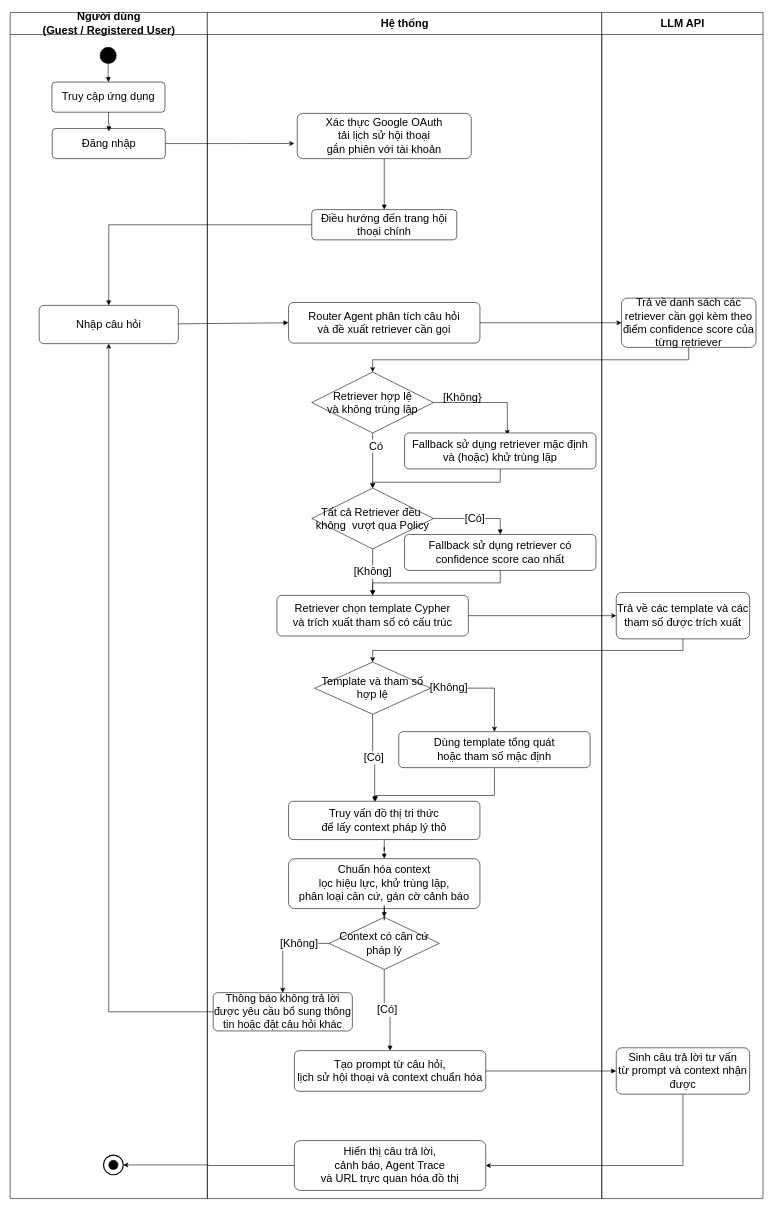
Before: ĐATN_20225919_Lê_Thái_Sơn_Chatbot_tư_vấn_luật_hôn_nhân_gia_đình/Hinhve/activity_business_process_qa.drawio in LyMuc/agentic-graphrag, a draw.io diagram. Source tidied: cells renumbered, new cells numbered last; positions are measured from the earlier drawing's top-left corner, leaving out a move shared by most shapes. Both pictures are drawn from the tidied source at 58%, with x=0, y=0 at pixel (10, 12).
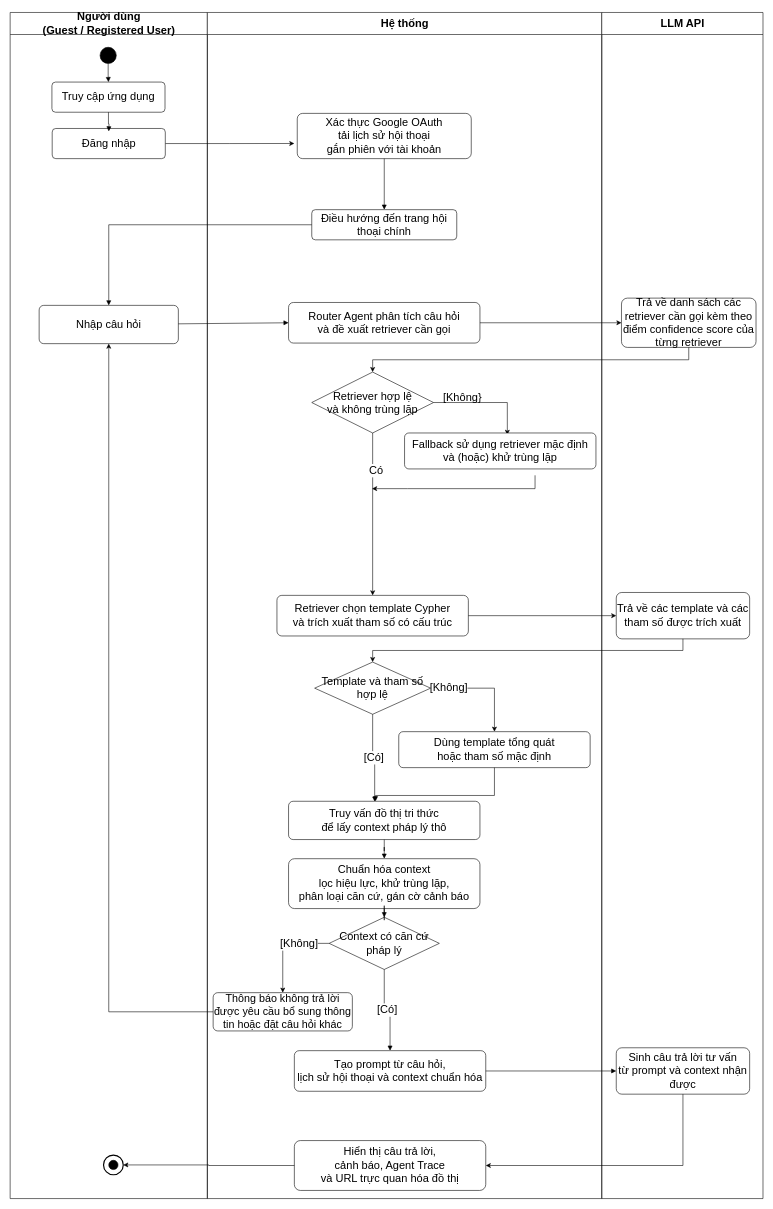
The same page after the edit.

The change refers to these unchanged cells:
```xml
<mxCell id="7" value="Hệ thống" style="swimlane;html=1;startSize=38;horizontal=1;fontStyle=1;rounded=0;fontSize=19;" parent="1" vertex="1">
  <mxGeometry x="340" width="680" height="2045" as="geometry" />
</mxCell>
<mxCell id="19" value="Retriever hợp lệ&lt;br&gt;và không trùng lặp" style="rhombus;whiteSpace=wrap;html=1;fontSize=19;" parent="7" vertex="1">
  <mxGeometry x="180" y="620" width="210" height="105" as="geometry" />
</mxCell>
<mxCell id="21" value="Fallback sử dụng retriever mặc định và (hoặc) khử trùng lặp" style="rounded=1;whiteSpace=wrap;html=1;arcSize=12;fontSize=19;" parent="7" vertex="1">
  <mxGeometry x="340" y="725" width="330" height="62" as="geometry" />
</mxCell>
<mxCell id="23" value="Retriever chọn template Cypher&lt;br&gt;và trích xuất tham số có cấu trúc" style="rounded=1;whiteSpace=wrap;html=1;arcSize=12;fontSize=19;" parent="7" vertex="1">
  <mxGeometry x="120" y="1005" width="330" height="70" as="geometry" />
</mxCell>
```

The edit, as a diff of the source:
```diff
@@
-    <mxCell id="13" value="Fallback sử dụng retriever có confidence score cao nhất" style="rounded=1;whiteSpace=wrap;html=1;arcSize=12;fontSize=19;" parent="7" vertex="1">
-      <mxGeometry x="340" y="900" width="330" height="62" as="geometry" />
-    </mxCell>
-    <mxCell id="14" value="Tất cả Retriever đều&amp;nbsp;&lt;div&gt;không&amp;nbsp; vượt qua Policy&lt;/div&gt;" style="rhombus;whiteSpace=wrap;html=1;fontSize=19;" parent="7" vertex="1">
-      <mxGeometry x="180" y="820" width="210" height="105" as="geometry" />
-    </mxCell>
-    <mxCell id="15" value="[Có]" style="edgeStyle=orthogonalEdgeStyle;rounded=0;jettySize=auto;html=1;endArrow=block;endFill=1;fontSize=19;entryX=0.5;entryY=0;entryDx=0;entryDy=0;" parent="7" edge="1" source="14" target="13">
-      <mxGeometry relative="1" as="geometry">
-        <Array as="points">
-          <mxPoint x="505" y="872" />
-        </Array>
-      </mxGeometry>
-    </mxCell>
-    <mxCell id="16" style="edgeStyle=orthogonalEdgeStyle;rounded=0;jettySize=auto;html=1;exitX=0.5;exitY=1;exitDx=0;exitDy=0;entryX=0.5;entryY=0;entryDx=0;entryDy=0;fontSize=19;" parent="7" edge="1" source="19" target="14">
+    <mxCell id="16" style="edgeStyle=orthogonalEdgeStyle;rounded=0;jettySize=auto;html=1;exitX=0.5;exitY=1;exitDx=0;exitDy=0;entryX=0.5;entryY=0;entryDx=0;entryDy=0;fontSize=19;" parent="7" edge="1" source="19" target="23">
       <mxGeometry relative="1" as="geometry" />
     </mxCell>
@@
-    <mxCell id="20" style="edgeStyle=orthogonalEdgeStyle;rounded=0;jettySize=auto;html=1;exitX=0.5;exitY=1;exitDx=0;exitDy=0;entryX=0.5;entryY=0;entryDx=0;entryDy=0;fontSize=19;" parent="7" edge="1" source="21" target="14">
+    <mxCell id="20" style="edgeStyle=orthogonalEdgeStyle;rounded=0;orthogonalLoop=1;jettySize=auto;html=1;exitX=0.5;exitY=1;exitDx=0;exitDy=0;fontSize=19;" parent="7" edge="1">
       <mxGeometry relative="1" as="geometry">
+        <mxPoint x="565" y="798" as="sourcePoint" />
+        <mxPoint x="284" y="821" as="targetPoint" />
         <Array as="points">
-          <mxPoint x="505" y="810" />
-          <mxPoint x="285" y="810" />
+          <mxPoint x="565" y="821" />
+          <mxPoint x="345" y="821" />
         </Array>
       </mxGeometry>
     </mxCell>
@@
-    <mxCell id="24" value="[Không]" style="edgeStyle=orthogonalEdgeStyle;rounded=0;jettySize=auto;html=1;endArrow=block;endFill=1;fontSize=19;" parent="7" edge="1" source="14" target="23">
-      <mxGeometry relative="1" as="geometry" />
-    </mxCell>
-    <mxCell id="25" style="edgeStyle=orthogonalEdgeStyle;rounded=0;jettySize=auto;html=1;endArrow=block;endFill=1;fontSize=19;" parent="7" edge="1" source="13" target="23">
-      <mxGeometry relative="1" as="geometry" />
-    </mxCell>
```
